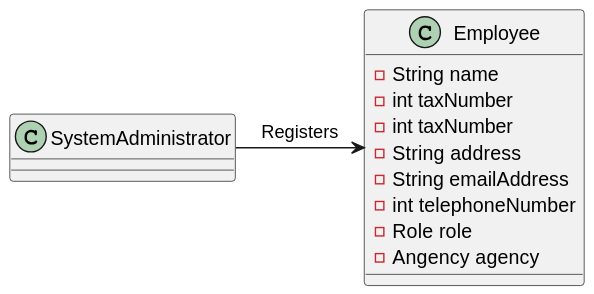
tiagohcorreia/LAPR2 keeps this PlantUML diagram as docs/sprintB/US003/02.analysis/svg/US003-Domain Model.svg. Above is the earlier version. Source of this version:
```plantuml
@startuml
class SystemAdministrator {
}

class Employee {
    - String name
    - int taxNumber
    - int taxNumber
    - String address
    - String emailAddress
    - int telephoneNumber
    - Role role
    - Angency agency
}

SystemAdministrator -> Employee: Registers
@enduml
```
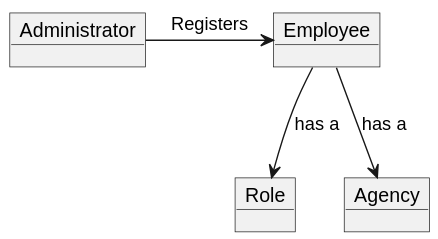
The same diagram one commit later.

Commit message:
US003 - System sequence diagram update

The edit, as a diff of the source:
```diff
@@ -1,17 +1,10 @@
 @startuml
-class SystemAdministrator {
-}
+object Employee
+object Role
+object Agency
+object Administrator
 
-class Employee {
-    - String name
-    - int taxNumber
-    - int taxNumber
-    - String address
-    - String emailAddress
-    - int telephoneNumber
-    - Role role
-    - Angency agency
-}
-
-SystemAdministrator -> Employee: Registers
+Administrator -> Employee: Registers
+Employee --> Role: has a
+Employee --> Agency: has a
 @enduml
```
